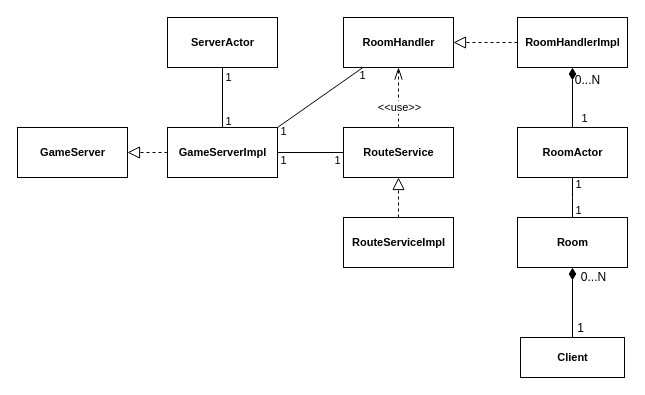
StefanoSalvatori/PPS-18-scala-omg keeps this draw.io diagram as doc/diagrams/server/server_class.drawio. Above is the earlier version. Source tidied: cells renumbered, new cells numbered last; positions are measured from the earlier drawing's top-left corner, leaving out a move shared by most shapes. Both pictures are drawn from the tidied source at 100%, with x=0, y=0 at pixel (17, 17).
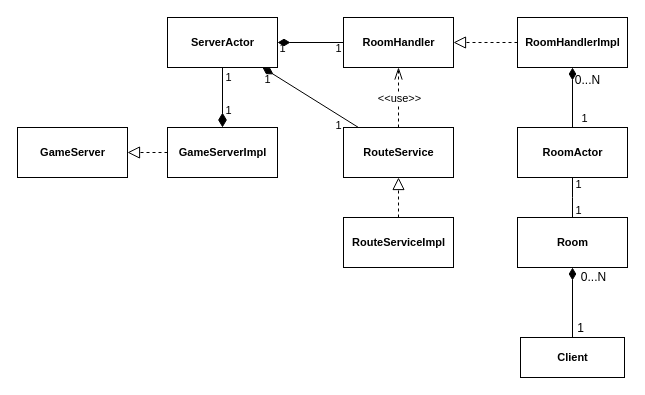
The same page after the edit.

Commit message (it also covers changes not shown here):
Change GameServer design: now is the server actor that creates internally the roomhandler and the routeService

The change refers to these unchanged cells:
```xml
<mxCell id="3" value="ServerActor" style="html=1;fontSize=11;fontStyle=1;" parent="1" vertex="1">
  <mxGeometry x="150" width="110" height="50" as="geometry" />
</mxCell>
<mxCell id="4" value="&lt;b&gt;RoomHandler&lt;/b&gt;" style="html=1;fontSize=11;" parent="1" vertex="1">
  <mxGeometry x="326" width="110" height="50" as="geometry" />
</mxCell>
<mxCell id="8" style="edgeStyle=orthogonalEdgeStyle;rounded=0;jettySize=auto;html=1;dashed=1;startArrow=none;startFill=0;startSize=10;endArrow=openThin;endFill=0;endSize=10;strokeWidth=1;fontSize=11;" parent="1" edge="1" source="10" target="4">
  <mxGeometry relative="1" as="geometry" />
</mxCell>
<mxCell id="10" value="&lt;b&gt;RouteService&lt;/b&gt;" style="html=1;fontSize=11;" parent="1" vertex="1">
  <mxGeometry x="326" y="110" width="110" height="50" as="geometry" />
</mxCell>
<mxCell id="27" value="GameServerImpl" style="html=1;fontSize=11;fontStyle=1;" parent="1" vertex="1">
  <mxGeometry x="150" y="110" width="110" height="50" as="geometry" />
</mxCell>
```

Change to the diagram source:
```diff
@@
-    <mxCell id="5" style="rounded=0;jettySize=auto;html=1;endArrow=none;endFill=0;fontSize=11;startArrow=none;startFill=0;strokeWidth=1;endSize=6;startSize=10;exitX=1;exitY=0;exitDx=0;exitDy=0;" parent="1" edge="1" source="27" target="4">
+    <mxCell id="5" style="rounded=0;jettySize=auto;html=1;endArrow=none;endFill=0;fontSize=11;startArrow=diamondThin;startFill=1;strokeWidth=1;endSize=6;startSize=10;" parent="1" edge="1" source="3" target="4">
       <mxGeometry relative="1" as="geometry" />
     </mxCell>
@@
     <mxCell id="7" value="1" style="edgeLabel;html=1;align=center;verticalAlign=middle;labelBackgroundColor=none;" parent="5" vertex="1">
       <mxGeometry x="0.69" y="1" relative="1" as="geometry">
-        <mxPoint x="12.6" y="-1" as="offset" />
+        <mxPoint x="4.4" y="6" as="offset" />
       </mxGeometry>
     </mxCell>
@@
     <mxCell id="9" value="&amp;lt;&amp;lt;use&amp;gt;&amp;gt;" style="text;html=1;align=center;verticalAlign=middle;labelBackgroundColor=#ffffff;fontSize=11;" parent="8" vertex="1">
       <mxGeometry x="0.27" y="-1" relative="1" as="geometry">
-        <mxPoint x="-1" y="17" as="offset" />
+        <mxPoint x="-1" y="8.1" as="offset" />
       </mxGeometry>
     </mxCell>
@@
-    <mxCell id="11" style="rounded=0;jettySize=auto;html=1;endArrow=none;endFill=0;fontSize=11;startArrow=none;startFill=0;strokeWidth=1;endSize=6;startSize=10;" parent="1" edge="1" source="27" target="10">
+    <mxCell id="11" style="rounded=0;jettySize=auto;html=1;endArrow=none;endFill=0;fontSize=11;startArrow=diamondThin;startFill=1;strokeWidth=1;endSize=6;startSize=10;" parent="1" edge="1" source="3" target="10">
       <mxGeometry relative="1" as="geometry" />
     </mxCell>
     <mxCell id="12" value="1" style="edgeLabel;html=1;align=center;verticalAlign=middle;labelBackgroundColor=none;" parent="11" vertex="1">
       <mxGeometry x="-0.84" y="1" relative="1" as="geometry">
-        <mxPoint y="8" as="offset" />
+        <mxPoint x="-3.3" y="8" as="offset" />
       </mxGeometry>
     </mxCell>
     <mxCell id="13" value="1" style="edgeLabel;html=1;align=center;verticalAlign=middle;labelBackgroundColor=none;" parent="11" vertex="1">
       <mxGeometry x="0.69" relative="1" as="geometry">
-        <mxPoint x="3.3" y="7" as="offset" />
+        <mxPoint x="-6" y="7" as="offset" />
       </mxGeometry>
     </mxCell>
@@
-    <mxCell id="24" style="edgeStyle=none;rounded=0;jettySize=auto;html=1;startArrow=none;startFill=0;startSize=12;endArrow=none;endFill=0;endSize=10;strokeColor=#000000;" parent="1" edge="1" source="27" target="3">
+    <mxCell id="24" style="edgeStyle=none;rounded=0;jettySize=auto;html=1;startArrow=diamondThin;startFill=1;startSize=12;endArrow=none;endFill=0;endSize=10;strokeColor=#000000;" parent="1" edge="1" source="27" target="3">
       <mxGeometry relative="1" as="geometry" />
     </mxCell>
     <mxCell id="25" value="1" style="edgeLabel;html=1;align=center;verticalAlign=middle;labelBackgroundColor=none;" parent="24" vertex="1">
       <mxGeometry x="-0.76" relative="1" as="geometry">
-        <mxPoint x="5" as="offset" />
+        <mxPoint x="5" y="-11" as="offset" />
       </mxGeometry>
     </mxCell>
```
